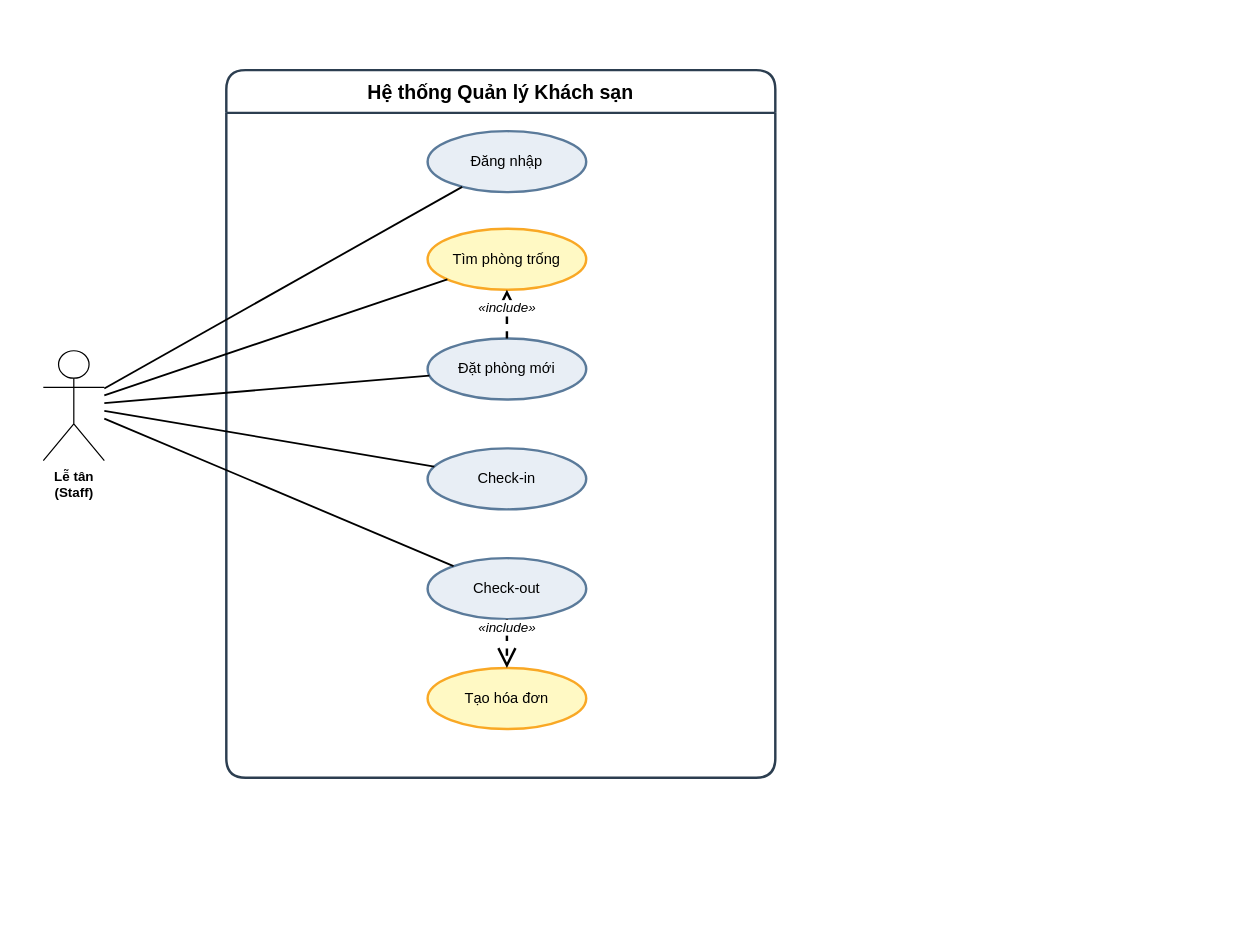
This is docs/diagrams/UseCaseLeTan.drawio from IvanLyVodka11/hotel-management, a draw.io file, before an edit. Source tidied: cells renumbered, new cells numbered last; positions are measured from the earlier drawing's top-left corner, leaving out a move shared by most shapes. Both pictures are drawn from the tidied source at 122%, with x=0, y=0 at pixel (43, 70).
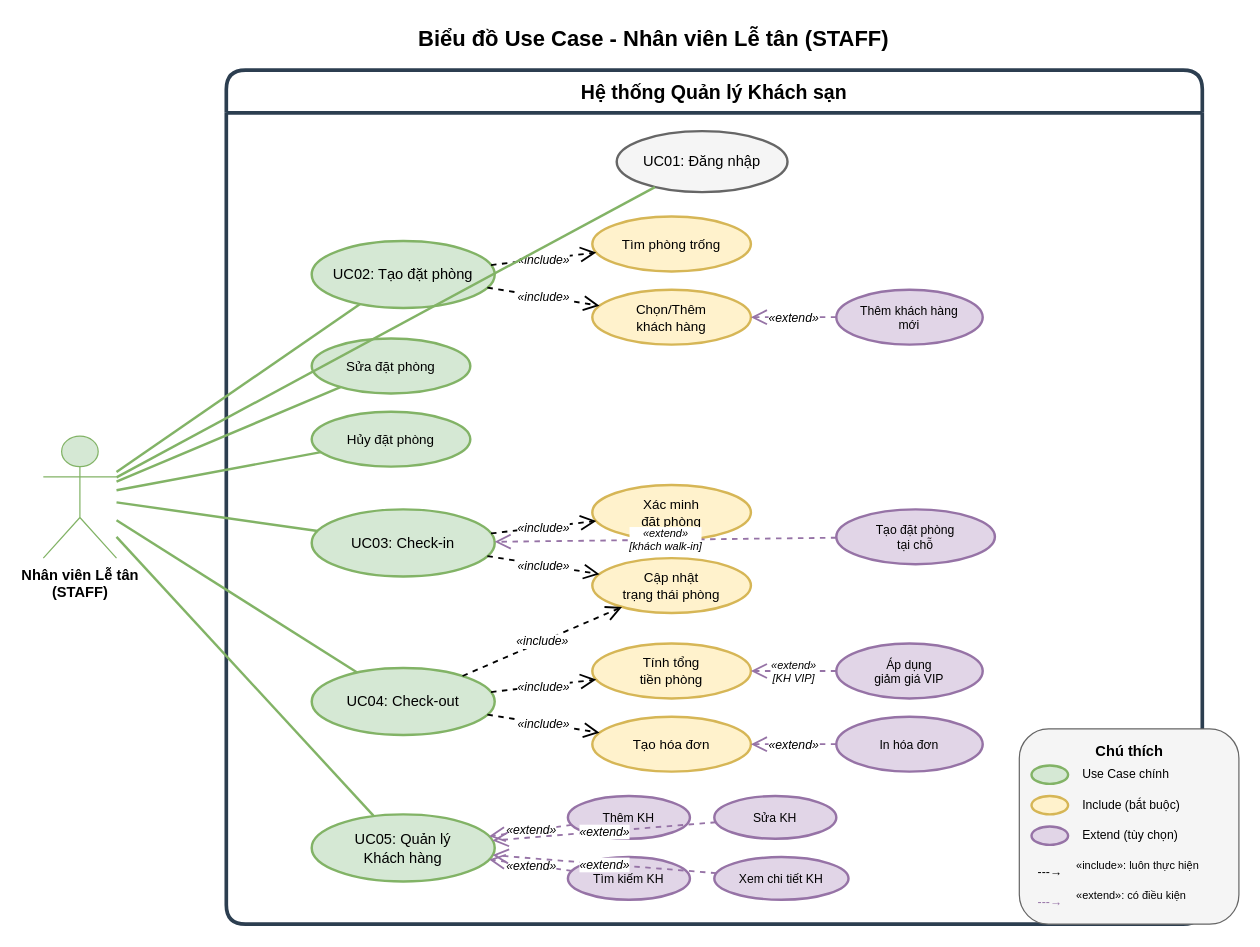
The same page after the edit.

Change to the diagram source:
```diff
@@
+    <mxCell id="17" value="Biểu đồ Use Case - Nhân viên Lễ tân (STAFF)" style="text;html=1;strokeColor=none;fillColor=none;align=center;verticalAlign=middle;fontSize=18;fontStyle=1;" parent="1" vertex="1">
+      <mxGeometry x="300" y="-40" width="400" height="30" as="geometry" />
+    </mxCell>
-    <mxCell id="2" value="Hệ thống Quản lý Khách sạn" style="swimlane;whiteSpace=wrap;html=1;startSize=35;fillColor=none;strokeColor=#2c3e50;strokeWidth=2;fontSize=16;fontStyle=1;rounded=1;" parent="1" vertex="1">
-      <mxGeometry x="150" width="450" height="580" as="geometry" />
+    <mxCell id="2" value="Hệ thống Quản lý Khách sạn" style="swimlane;whiteSpace=wrap;html=1;startSize=35;fillColor=none;strokeColor=#2c3e50;strokeWidth=3;fontSize=16;fontStyle=1;rounded=1;" parent="1" vertex="1">
+      <mxGeometry x="150" width="800" height="700" as="geometry" />
     </mxCell>
-    <mxCell id="3" value="Đăng nhập" style="ellipse;whiteSpace=wrap;html=1;fillColor=#e8eef5;strokeColor=#5a7a9a;strokeWidth=2;fontSize=12;" parent="2" vertex="1">
-      <mxGeometry x="165" y="50" width="130" height="50" as="geometry" />
-    </mxCell>
+    <mxCell id="18" value="UC01: Đăng nhập" style="ellipse;whiteSpace=wrap;html=1;fillColor=#f5f5f5;strokeColor=#666666;strokeWidth=2;fontSize=12;" parent="2" vertex="1">
+      <mxGeometry x="320" y="50" width="140" height="50" as="geometry" />
+    </mxCell>
+    <mxCell id="19" value="UC02: Tạo đặt phòng" style="ellipse;whiteSpace=wrap;html=1;fillColor=#d5e8d4;strokeColor=#82b366;strokeWidth=2;fontSize=12;" parent="2" vertex="1">
+      <mxGeometry x="70" y="140" width="150" height="55" as="geometry" />
+    </mxCell>
-    <mxCell id="4" value="Tìm phòng trống" style="ellipse;whiteSpace=wrap;html=1;fillColor=#fff9c4;strokeColor=#f9a825;strokeWidth=2;fontSize=12;" parent="2" vertex="1">
-      <mxGeometry x="165" y="130" width="130" height="50" as="geometry" />
+    <mxCell id="4" value="Tìm phòng trống" style="ellipse;whiteSpace=wrap;html=1;fillColor=#fff2cc;strokeColor=#d6b656;strokeWidth=2;fontSize=11;" parent="2" vertex="1">
+      <mxGeometry x="300" y="120" width="130" height="45" as="geometry" />
     </mxCell>
-    <mxCell id="5" value="Đặt phòng mới" style="ellipse;whiteSpace=wrap;html=1;fillColor=#e8eef5;strokeColor=#5a7a9a;strokeWidth=2;fontSize=12;" parent="2" vertex="1">
-      <mxGeometry x="165" y="220" width="130" height="50" as="geometry" />
-    </mxCell>
-    <mxCell id="6" value="Check-in" style="ellipse;whiteSpace=wrap;html=1;fillColor=#e8eef5;strokeColor=#5a7a9a;strokeWidth=2;fontSize=12;" parent="2" vertex="1">
-      <mxGeometry x="165" y="310" width="130" height="50" as="geometry" />
-    </mxCell>
-    <mxCell id="7" value="Check-out" style="ellipse;whiteSpace=wrap;html=1;fillColor=#e8eef5;strokeColor=#5a7a9a;strokeWidth=2;fontSize=12;" parent="2" vertex="1">
-      <mxGeometry x="165" y="400" width="130" height="50" as="geometry" />
-    </mxCell>
+    <mxCell id="20" value="Chọn/Thêm&#10;khách hàng" style="ellipse;whiteSpace=wrap;html=1;fillColor=#fff2cc;strokeColor=#d6b656;strokeWidth=2;fontSize=11;" parent="2" vertex="1">
+      <mxGeometry x="300" y="180" width="130" height="45" as="geometry" />
+    </mxCell>
+    <mxCell id="21" value="Thêm khách hàng&#10;mới" style="ellipse;whiteSpace=wrap;html=1;fillColor=#e1d5e7;strokeColor=#9673a6;strokeWidth=2;fontSize=10;" parent="2" vertex="1">
+      <mxGeometry x="500" y="180" width="120" height="45" as="geometry" />
+    </mxCell>
+    <mxCell id="22" value="Sửa đặt phòng" style="ellipse;whiteSpace=wrap;html=1;fillColor=#d5e8d4;strokeColor=#82b366;strokeWidth=2;fontSize=11;" parent="2" vertex="1">
+      <mxGeometry x="70" y="220" width="130" height="45" as="geometry" />
+    </mxCell>
+    <mxCell id="23" value="Hủy đặt phòng" style="ellipse;whiteSpace=wrap;html=1;fillColor=#d5e8d4;strokeColor=#82b366;strokeWidth=2;fontSize=11;" parent="2" vertex="1">
+      <mxGeometry x="70" y="280" width="130" height="45" as="geometry" />
+    </mxCell>
+    <mxCell id="24" value="UC03: Check-in" style="ellipse;whiteSpace=wrap;html=1;fillColor=#d5e8d4;strokeColor=#82b366;strokeWidth=2;fontSize=12;" parent="2" vertex="1">
+      <mxGeometry x="70" y="360" width="150" height="55" as="geometry" />
+    </mxCell>
+    <mxCell id="25" value="Xác minh&#10;đặt phòng" style="ellipse;whiteSpace=wrap;html=1;fillColor=#fff2cc;strokeColor=#d6b656;strokeWidth=2;fontSize=11;" parent="2" vertex="1">
+      <mxGeometry x="300" y="340" width="130" height="45" as="geometry" />
+    </mxCell>
+    <mxCell id="26" value="Cập nhật&#10;trạng thái phòng" style="ellipse;whiteSpace=wrap;html=1;fillColor=#fff2cc;strokeColor=#d6b656;strokeWidth=2;fontSize=11;" parent="2" vertex="1">
+      <mxGeometry x="300" y="400" width="130" height="45" as="geometry" />
+    </mxCell>
+    <mxCell id="27" value="Tạo đặt phòng&#10;tại chỗ" style="ellipse;whiteSpace=wrap;html=1;fillColor=#e1d5e7;strokeColor=#9673a6;strokeWidth=2;fontSize=10;" parent="2" vertex="1">
+      <mxGeometry x="500" y="360" width="130" height="45" as="geometry" />
+    </mxCell>
+    <mxCell id="28" value="UC04: Check-out" style="ellipse;whiteSpace=wrap;html=1;fillColor=#d5e8d4;strokeColor=#82b366;strokeWidth=2;fontSize=12;" parent="2" vertex="1">
+      <mxGeometry x="70" y="490" width="150" height="55" as="geometry" />
+    </mxCell>
+    <mxCell id="29" value="Tính tổng&#10;tiền phòng" style="ellipse;whiteSpace=wrap;html=1;fillColor=#fff2cc;strokeColor=#d6b656;strokeWidth=2;fontSize=11;" parent="2" vertex="1">
+      <mxGeometry x="300" y="470" width="130" height="45" as="geometry" />
+    </mxCell>
-    <mxCell id="8" value="Tạo hóa đơn" style="ellipse;whiteSpace=wrap;html=1;fillColor=#fff9c4;strokeColor=#f9a825;strokeWidth=2;fontSize=12;" parent="2" vertex="1">
-      <mxGeometry x="165" y="490" width="130" height="50" as="geometry" />
+    <mxCell id="8" value="Tạo hóa đơn" style="ellipse;whiteSpace=wrap;html=1;fillColor=#fff2cc;strokeColor=#d6b656;strokeWidth=2;fontSize=11;" parent="2" vertex="1">
+      <mxGeometry x="300" y="530" width="130" height="45" as="geometry" />
     </mxCell>
+    <mxCell id="30" value="Áp dụng&#10;giảm giá VIP" style="ellipse;whiteSpace=wrap;html=1;fillColor=#e1d5e7;strokeColor=#9673a6;strokeWidth=2;fontSize=10;" parent="2" vertex="1">
+      <mxGeometry x="500" y="470" width="120" height="45" as="geometry" />
+    </mxCell>
+    <mxCell id="31" value="In hóa đơn" style="ellipse;whiteSpace=wrap;html=1;fillColor=#e1d5e7;strokeColor=#9673a6;strokeWidth=2;fontSize=10;" parent="2" vertex="1">
+      <mxGeometry x="500" y="530" width="120" height="45" as="geometry" />
+    </mxCell>
+    <mxCell id="32" value="UC05: Quản lý&#10;Khách hàng" style="ellipse;whiteSpace=wrap;html=1;fillColor=#d5e8d4;strokeColor=#82b366;strokeWidth=2;fontSize=12;" parent="2" vertex="1">
+      <mxGeometry x="70" y="610" width="150" height="55" as="geometry" />
+    </mxCell>
+    <mxCell id="33" value="Thêm KH" style="ellipse;whiteSpace=wrap;html=1;fillColor=#e1d5e7;strokeColor=#9673a6;strokeWidth=2;fontSize=10;" parent="2" vertex="1">
+      <mxGeometry x="280" y="595" width="100" height="35" as="geometry" />
+    </mxCell>
+    <mxCell id="34" value="Sửa KH" style="ellipse;whiteSpace=wrap;html=1;fillColor=#e1d5e7;strokeColor=#9673a6;strokeWidth=2;fontSize=10;" parent="2" vertex="1">
+      <mxGeometry x="400" y="595" width="100" height="35" as="geometry" />
+    </mxCell>
+    <mxCell id="35" value="Tìm kiếm KH" style="ellipse;whiteSpace=wrap;html=1;fillColor=#e1d5e7;strokeColor=#9673a6;strokeWidth=2;fontSize=10;" parent="2" vertex="1">
+      <mxGeometry x="280" y="645" width="100" height="35" as="geometry" />
+    </mxCell>
+    <mxCell id="36" value="Xem chi tiết KH" style="ellipse;whiteSpace=wrap;html=1;fillColor=#e1d5e7;strokeColor=#9673a6;strokeWidth=2;fontSize=10;" parent="2" vertex="1">
+      <mxGeometry x="400" y="645" width="110" height="35" as="geometry" />
+    </mxCell>
-    <mxCell id="9" value="«include»" style="endArrow=open;endSize=12;dashed=1;html=1;strokeWidth=2;verticalAlign=bottom;labelBackgroundColor=#ffffff;fontSize=11;fontStyle=2;" parent="2" edge="1" source="5" target="4">
-      <mxGeometry x="-0.2" relative="1" as="geometry" />
+    <mxCell id="9" value="«include»" style="endArrow=open;endSize=10;dashed=1;html=1;strokeWidth=1.5;labelBackgroundColor=#ffffff;fontSize=10;fontStyle=2;" parent="2" edge="1" source="19" target="4">
+      <mxGeometry relative="1" as="geometry" />
     </mxCell>
-    <mxCell id="10" value="«include»" style="endArrow=open;endSize=12;dashed=1;html=1;strokeWidth=2;verticalAlign=bottom;labelBackgroundColor=#ffffff;fontSize=11;fontStyle=2;" parent="2" edge="1" source="7" target="8">
-      <mxGeometry x="-0.2" relative="1" as="geometry" />
+    <mxCell id="10" value="«include»" style="endArrow=open;endSize=10;dashed=1;html=1;strokeWidth=1.5;labelBackgroundColor=#ffffff;fontSize=10;fontStyle=2;" parent="2" edge="1" source="19" target="20">
+      <mxGeometry relative="1" as="geometry" />
     </mxCell>
-    <mxCell id="11" value="Lễ tân&#10;(Staff)" style="shape=umlActor;verticalLabelPosition=bottom;verticalAlign=top;html=1;outlineConnect=0;fontSize=11;fontStyle=1;" parent="1" vertex="1">
-      <mxGeometry y="230" width="50" height="90" as="geometry" />
-    </mxCell>
+    <mxCell id="37" value="«include»" style="endArrow=open;endSize=10;dashed=1;html=1;strokeWidth=1.5;labelBackgroundColor=#ffffff;fontSize=10;fontStyle=2;" parent="2" edge="1" source="24" target="25">
+      <mxGeometry relative="1" as="geometry" />
+    </mxCell>
+    <mxCell id="38" value="«include»" style="endArrow=open;endSize=10;dashed=1;html=1;strokeWidth=1.5;labelBackgroundColor=#ffffff;fontSize=10;fontStyle=2;" parent="2" edge="1" source="24" target="26">
+      <mxGeometry relative="1" as="geometry" />
+    </mxCell>
+    <mxCell id="39" value="«include»" style="endArrow=open;endSize=10;dashed=1;html=1;strokeWidth=1.5;labelBackgroundColor=#ffffff;fontSize=10;fontStyle=2;" parent="2" edge="1" source="28" target="29">
+      <mxGeometry relative="1" as="geometry" />
+    </mxCell>
+    <mxCell id="40" value="«include»" style="endArrow=open;endSize=10;dashed=1;html=1;strokeWidth=1.5;labelBackgroundColor=#ffffff;fontSize=10;fontStyle=2;" parent="2" edge="1" source="28" target="8">
+      <mxGeometry relative="1" as="geometry" />
+    </mxCell>
+    <mxCell id="41" value="«include»" style="endArrow=open;endSize=10;dashed=1;html=1;strokeWidth=1.5;labelBackgroundColor=#ffffff;fontSize=10;fontStyle=2;" parent="2" edge="1" source="28" target="26">
+      <mxGeometry relative="1" as="geometry" />
+    </mxCell>
+    <mxCell id="42" value="«extend»" style="endArrow=open;endSize=10;dashed=1;html=1;strokeWidth=1.5;labelBackgroundColor=#ffffff;fontSize=10;fontStyle=2;strokeColor=#9673a6;" parent="2" edge="1" source="21" target="20">
+      <mxGeometry relative="1" as="geometry" />
+    </mxCell>
+    <mxCell id="43" value="«extend»&#10;[khách walk-in]" style="endArrow=open;endSize=10;dashed=1;html=1;strokeWidth=1.5;labelBackgroundColor=#ffffff;fontSize=9;fontStyle=2;strokeColor=#9673a6;" parent="2" edge="1" source="27" target="24">
+      <mxGeometry relative="1" as="geometry" />
+    </mxCell>
+    <mxCell id="44" value="«extend»&#10;[KH VIP]" style="endArrow=open;endSize=10;dashed=1;html=1;strokeWidth=1.5;labelBackgroundColor=#ffffff;fontSize=9;fontStyle=2;strokeColor=#9673a6;" parent="2" edge="1" source="30" target="29">
+      <mxGeometry relative="1" as="geometry" />
+    </mxCell>
+    <mxCell id="45" value="«extend»" style="endArrow=open;endSize=10;dashed=1;html=1;strokeWidth=1.5;labelBackgroundColor=#ffffff;fontSize=10;fontStyle=2;strokeColor=#9673a6;" parent="2" edge="1" source="31" target="8">
+      <mxGeometry relative="1" as="geometry" />
+    </mxCell>
+    <mxCell id="46" value="«extend»" style="endArrow=open;endSize=10;dashed=1;html=1;strokeWidth=1.5;labelBackgroundColor=#ffffff;fontSize=10;fontStyle=2;strokeColor=#9673a6;" parent="2" edge="1" source="33" target="32">
+      <mxGeometry relative="1" as="geometry" />
+    </mxCell>
+    <mxCell id="47" value="«extend»" style="endArrow=open;endSize=10;dashed=1;html=1;strokeWidth=1.5;labelBackgroundColor=#ffffff;fontSize=10;fontStyle=2;strokeColor=#9673a6;" parent="2" edge="1" source="34" target="32">
+      <mxGeometry relative="1" as="geometry" />
+    </mxCell>
+    <mxCell id="48" value="«extend»" style="endArrow=open;endSize=10;dashed=1;html=1;strokeWidth=1.5;labelBackgroundColor=#ffffff;fontSize=10;fontStyle=2;strokeColor=#9673a6;" parent="2" edge="1" source="35" target="32">
+      <mxGeometry relative="1" as="geometry" />
+    </mxCell>
+    <mxCell id="49" value="«extend»" style="endArrow=open;endSize=10;dashed=1;html=1;strokeWidth=1.5;labelBackgroundColor=#ffffff;fontSize=10;fontStyle=2;strokeColor=#9673a6;" parent="2" edge="1" source="36" target="32">
+      <mxGeometry relative="1" as="geometry" />
+    </mxCell>
+    <mxCell id="50" value="Nhân viên Lễ tân&#10;(STAFF)" style="shape=umlActor;verticalLabelPosition=bottom;verticalAlign=top;html=1;outlineConnect=0;fontSize=12;fontStyle=1;fillColor=#d5e8d4;strokeColor=#82b366;" parent="1" vertex="1">
+      <mxGeometry y="300" width="60" height="100" as="geometry" />
+    </mxCell>
-    <mxCell id="12" style="endArrow=none;html=1;strokeWidth=1.5;" parent="1" edge="1" source="11" target="3">
+    <mxCell id="12" style="endArrow=none;html=1;strokeWidth=2;strokeColor=#82b366;" parent="1" edge="1" source="50" target="18">
       <mxGeometry relative="1" as="geometry" />
     </mxCell>
-    <mxCell id="13" style="endArrow=none;html=1;strokeWidth=1.5;" parent="1" edge="1" source="11" target="4">
+    <mxCell id="13" style="endArrow=none;html=1;strokeWidth=2;strokeColor=#82b366;" parent="1" edge="1" source="50" target="19">
       <mxGeometry relative="1" as="geometry" />
     </mxCell>
-    <mxCell id="14" style="endArrow=none;html=1;strokeWidth=1.5;" parent="1" edge="1" source="11" target="5">
+    <mxCell id="14" style="endArrow=none;html=1;strokeWidth=2;strokeColor=#82b366;" parent="1" edge="1" source="50" target="22">
       <mxGeometry relative="1" as="geometry" />
     </mxCell>
-    <mxCell id="15" style="endArrow=none;html=1;strokeWidth=1.5;" parent="1" edge="1" source="11" target="6">
+    <mxCell id="15" style="endArrow=none;html=1;strokeWidth=2;strokeColor=#82b366;" parent="1" edge="1" source="50" target="23">
       <mxGeometry relative="1" as="geometry" />
     </mxCell>
-    <mxCell id="16" style="endArrow=none;html=1;strokeWidth=1.5;" parent="1" edge="1" source="11" target="7">
+    <mxCell id="16" style="endArrow=none;html=1;strokeWidth=2;strokeColor=#82b366;" parent="1" edge="1" source="50" target="24">
       <mxGeometry relative="1" as="geometry" />
     </mxCell>
+    <mxCell id="51" style="endArrow=none;html=1;strokeWidth=2;strokeColor=#82b366;" parent="1" edge="1" source="50" target="28">
+      <mxGeometry relative="1" as="geometry" />
+    </mxCell>
+    <mxCell id="52" style="endArrow=none;html=1;strokeWidth=2;strokeColor=#82b366;" parent="1" edge="1" source="50" target="32">
+      <mxGeometry relative="1" as="geometry" />
+    </mxCell>
+    <mxCell id="53" style="rounded=1;whiteSpace=wrap;html=1;fillColor=#f5f5f5;strokeColor=#666666;strokeWidth=1;" parent="1" vertex="1">
+      <mxGeometry x="800" y="540" width="180" height="160" as="geometry" />
+    </mxCell>
+    <mxCell id="54" value="Chú thích" style="text;html=1;strokeColor=none;fillColor=none;align=center;fontSize=12;fontStyle=1;" parent="1" vertex="1">
+      <mxGeometry x="850" y="545" width="80" height="20" as="geometry" />
+    </mxCell>
+    <mxCell id="55" style="ellipse;whiteSpace=wrap;html=1;fillColor=#d5e8d4;strokeColor=#82b366;strokeWidth=2;" parent="1" vertex="1">
+      <mxGeometry x="810" y="570" width="30" height="15" as="geometry" />
+    </mxCell>
+    <mxCell id="56" value="Use Case chính" style="text;html=1;strokeColor=none;fillColor=none;align=left;fontSize=10;" parent="1" vertex="1">
+      <mxGeometry x="850" y="565" width="100" height="20" as="geometry" />
+    </mxCell>
+    <mxCell id="57" style="ellipse;whiteSpace=wrap;html=1;fillColor=#fff2cc;strokeColor=#d6b656;strokeWidth=2;" parent="1" vertex="1">
+      <mxGeometry x="810" y="595" width="30" height="15" as="geometry" />
+    </mxCell>
+    <mxCell id="58" value="Include (bắt buộc)" style="text;html=1;strokeColor=none;fillColor=none;align=left;fontSize=10;" parent="1" vertex="1">
+      <mxGeometry x="850" y="590" width="110" height="20" as="geometry" />
+    </mxCell>
+    <mxCell id="59" style="ellipse;whiteSpace=wrap;html=1;fillColor=#e1d5e7;strokeColor=#9673a6;strokeWidth=2;" parent="1" vertex="1">
+      <mxGeometry x="810" y="620" width="30" height="15" as="geometry" />
+    </mxCell>
+    <mxCell id="60" value="Extend (tùy chọn)" style="text;html=1;strokeColor=none;fillColor=none;align=left;fontSize=10;" parent="1" vertex="1">
+      <mxGeometry x="850" y="615" width="110" height="20" as="geometry" />
+    </mxCell>
+    <mxCell id="61" value="---→" style="text;html=1;strokeColor=none;fillColor=none;align=center;fontSize=10;" parent="1" vertex="1">
+      <mxGeometry x="810" y="645" width="30" height="15" as="geometry" />
+    </mxCell>
+    <mxCell id="62" value="«include»: luôn thực hiện" style="text;html=1;strokeColor=none;fillColor=none;align=left;fontSize=9;" parent="1" vertex="1">
+      <mxGeometry x="845" y="640" width="130" height="20" as="geometry" />
+    </mxCell>
+    <mxCell id="63" value="---→" style="text;html=1;strokeColor=none;fillColor=none;align=center;fontSize=10;fontColor=#9673a6;" parent="1" vertex="1">
+      <mxGeometry x="810" y="670" width="30" height="15" as="geometry" />
+    </mxCell>
+    <mxCell id="64" value="«extend»: có điều kiện" style="text;html=1;strokeColor=none;fillColor=none;align=left;fontSize=9;" parent="1" vertex="1">
+      <mxGeometry x="845" y="665" width="130" height="20" as="geometry" />
+    </mxCell>
```
